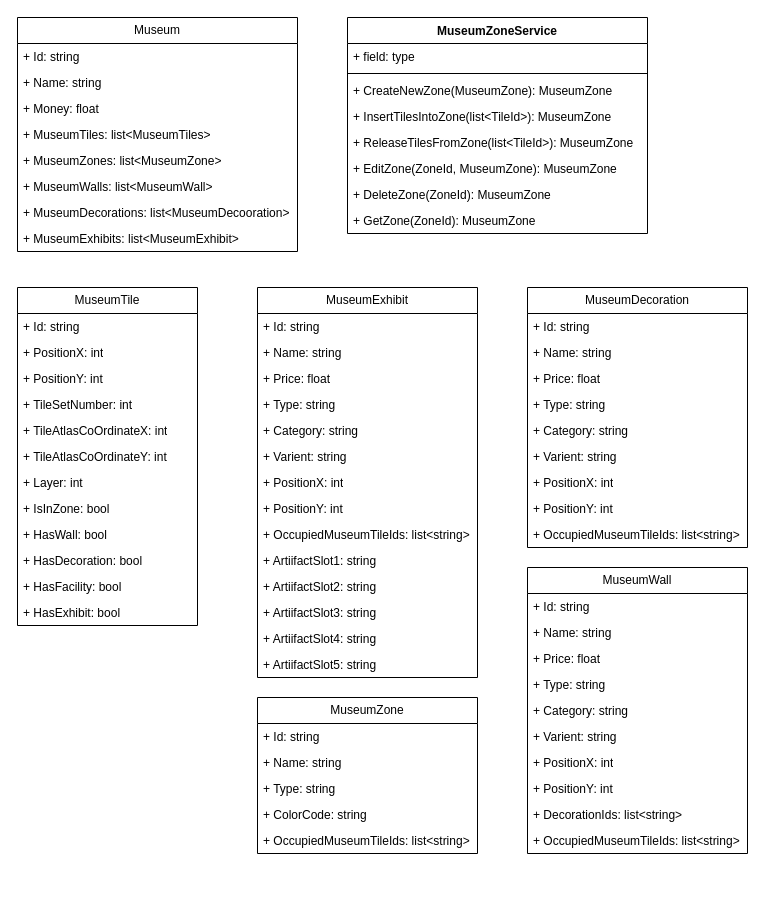
This is page "Museum" (3 of 4) of MuseumArchitecture.drawio from shadmanArko/ProjectMuseum, a draw.io file, before an edit. Source tidied: cells renumbered, new cells numbered last; positions are measured from the earlier drawing's top-left corner, leaving out a move shared by most shapes. Both pictures are drawn from the tidied source at 100%, with x=0, y=0 at pixel (17, 17).
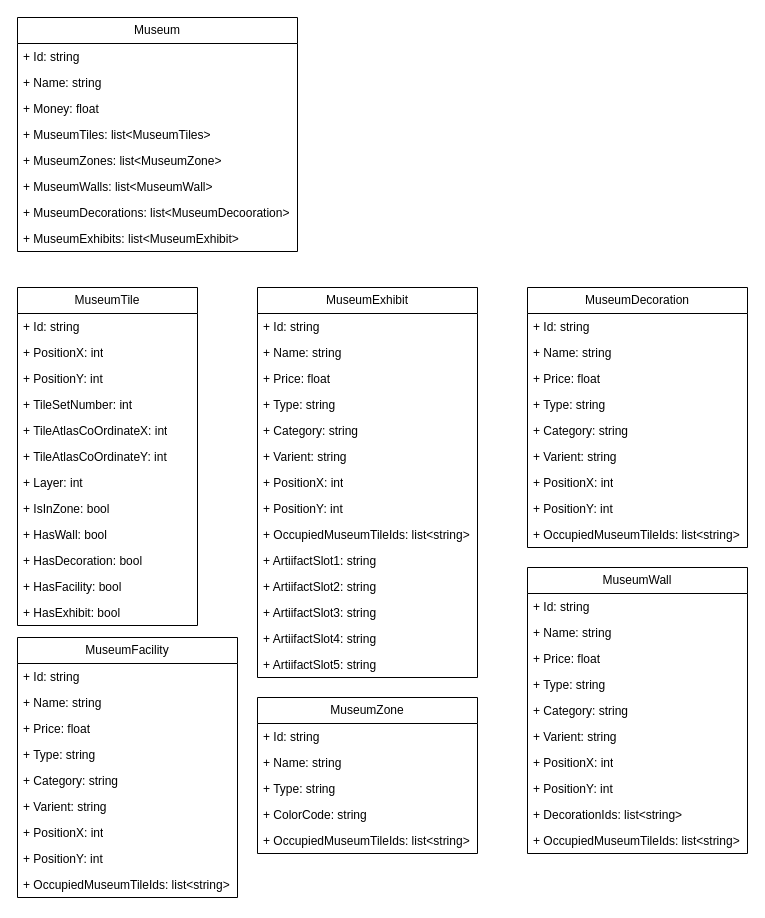
The same page after the edit.

Diff of the diagram source:
```diff
@@
-    <mxCell id="17" value="MuseumZoneService" style="swimlane;fontStyle=1;align=center;verticalAlign=top;horizontal=1;startSize=26;whiteSpace=wrap;html=1;" parent="1" vertex="1">
-      <mxGeometry x="330" width="300" height="216" as="geometry" />
-    </mxCell>
-    <mxCell id="18" value="+ field: type" style="text;strokeColor=none;fillColor=none;align=left;verticalAlign=top;spacingLeft=4;spacingRight=4;overflow=hidden;whiteSpace=wrap;html=1;" parent="17" vertex="1">
-      <mxGeometry y="26" width="300" height="26" as="geometry" />
-    </mxCell>
-    <mxCell id="19" style="line;strokeWidth=1;fillColor=none;align=left;verticalAlign=middle;spacingTop=-1;spacingLeft=3;spacingRight=3;labelPosition=right;strokeColor=inherit;" parent="17" vertex="1">
-      <mxGeometry y="52" width="300" height="8" as="geometry" />
-    </mxCell>
-    <mxCell id="20" value="+ CreateNewZone(MuseumZone): MuseumZone" style="text;strokeColor=none;fillColor=none;align=left;verticalAlign=top;spacingLeft=4;spacingRight=4;overflow=hidden;whiteSpace=wrap;html=1;" parent="17" vertex="1">
-      <mxGeometry y="60" width="300" height="26" as="geometry" />
-    </mxCell>
-    <mxCell id="21" value="+ InsertTilesIntoZone(list&amp;lt;TileId&amp;gt;): MuseumZone" style="text;strokeColor=none;fillColor=none;align=left;verticalAlign=top;spacingLeft=4;spacingRight=4;overflow=hidden;whiteSpace=wrap;html=1;" parent="17" vertex="1">
-      <mxGeometry y="86" width="300" height="26" as="geometry" />
-    </mxCell>
-    <mxCell id="22" value="+ ReleaseTilesFromZone(list&amp;lt;TileId&amp;gt;): MuseumZone" style="text;strokeColor=none;fillColor=none;align=left;verticalAlign=top;spacingLeft=4;spacingRight=4;overflow=hidden;whiteSpace=wrap;html=1;" parent="17" vertex="1">
-      <mxGeometry y="112" width="300" height="26" as="geometry" />
-    </mxCell>
-    <mxCell id="23" value="+ EditZone(ZoneId, MuseumZone): MuseumZone" style="text;strokeColor=none;fillColor=none;align=left;verticalAlign=top;spacingLeft=4;spacingRight=4;overflow=hidden;whiteSpace=wrap;html=1;" parent="17" vertex="1">
-      <mxGeometry y="138" width="300" height="26" as="geometry" />
-    </mxCell>
-    <mxCell id="24" value="+ DeleteZone(ZoneId): MuseumZone" style="text;strokeColor=none;fillColor=none;align=left;verticalAlign=top;spacingLeft=4;spacingRight=4;overflow=hidden;whiteSpace=wrap;html=1;" parent="17" vertex="1">
-      <mxGeometry y="164" width="300" height="26" as="geometry" />
-    </mxCell>
-    <mxCell id="25" value="+ GetZone(ZoneId): MuseumZone" style="text;strokeColor=none;fillColor=none;align=left;verticalAlign=top;spacingLeft=4;spacingRight=4;overflow=hidden;whiteSpace=wrap;html=1;" parent="17" vertex="1">
-      <mxGeometry y="190" width="300" height="26" as="geometry" />
-    </mxCell>
@@
+    <mxCell id="75" value="MuseumFacility" style="swimlane;fontStyle=0;horizontal=1;startSize=26;fillColor=none;whiteSpace=wrap;html=1;" parent="1" vertex="1">
+      <mxGeometry y="620" width="220" height="260" as="geometry" />
+    </mxCell>
+    <mxCell id="76" value="+ Id: string" style="text;strokeColor=none;fillColor=none;align=left;verticalAlign=top;spacingLeft=4;spacingRight=4;overflow=hidden;whiteSpace=wrap;html=1;" parent="75" vertex="1">
+      <mxGeometry y="26" width="220" height="26" as="geometry" />
+    </mxCell>
+    <mxCell id="77" value="+ Name: string" style="text;strokeColor=none;fillColor=none;align=left;verticalAlign=top;spacingLeft=4;spacingRight=4;overflow=hidden;whiteSpace=wrap;html=1;" parent="75" vertex="1">
+      <mxGeometry y="52" width="220" height="26" as="geometry" />
+    </mxCell>
+    <mxCell id="78" value="+ Price: float" style="text;strokeColor=none;fillColor=none;align=left;verticalAlign=top;spacingLeft=4;spacingRight=4;overflow=hidden;whiteSpace=wrap;html=1;" parent="75" vertex="1">
+      <mxGeometry y="78" width="220" height="26" as="geometry" />
+    </mxCell>
+    <mxCell id="79" value="+ Type: string" style="text;strokeColor=none;fillColor=none;align=left;verticalAlign=top;spacingLeft=4;spacingRight=4;overflow=hidden;whiteSpace=wrap;html=1;" parent="75" vertex="1">
+      <mxGeometry y="104" width="220" height="26" as="geometry" />
+    </mxCell>
+    <mxCell id="80" value="+ Category: string" style="text;strokeColor=none;fillColor=none;align=left;verticalAlign=top;spacingLeft=4;spacingRight=4;overflow=hidden;whiteSpace=wrap;html=1;" parent="75" vertex="1">
+      <mxGeometry y="130" width="220" height="26" as="geometry" />
+    </mxCell>
+    <mxCell id="81" value="+ Varient: string" style="text;strokeColor=none;fillColor=none;align=left;verticalAlign=top;spacingLeft=4;spacingRight=4;overflow=hidden;whiteSpace=wrap;html=1;" parent="75" vertex="1">
+      <mxGeometry y="156" width="220" height="26" as="geometry" />
+    </mxCell>
+    <mxCell id="82" value="+ PositionX: int" style="text;strokeColor=none;fillColor=none;align=left;verticalAlign=top;spacingLeft=4;spacingRight=4;overflow=hidden;whiteSpace=wrap;html=1;" parent="75" vertex="1">
+      <mxGeometry y="182" width="220" height="26" as="geometry" />
+    </mxCell>
+    <mxCell id="83" value="+ PositionY: int" style="text;strokeColor=none;fillColor=none;align=left;verticalAlign=top;spacingLeft=4;spacingRight=4;overflow=hidden;whiteSpace=wrap;html=1;" parent="75" vertex="1">
+      <mxGeometry y="208" width="220" height="26" as="geometry" />
+    </mxCell>
+    <mxCell id="84" value="+ OccupiedMuseumTileIds: list&amp;lt;string&amp;gt;" style="text;strokeColor=none;fillColor=none;align=left;verticalAlign=top;spacingLeft=4;spacingRight=4;overflow=hidden;whiteSpace=wrap;html=1;" parent="75" vertex="1">
+      <mxGeometry y="234" width="220" height="26" as="geometry" />
+    </mxCell>
```
